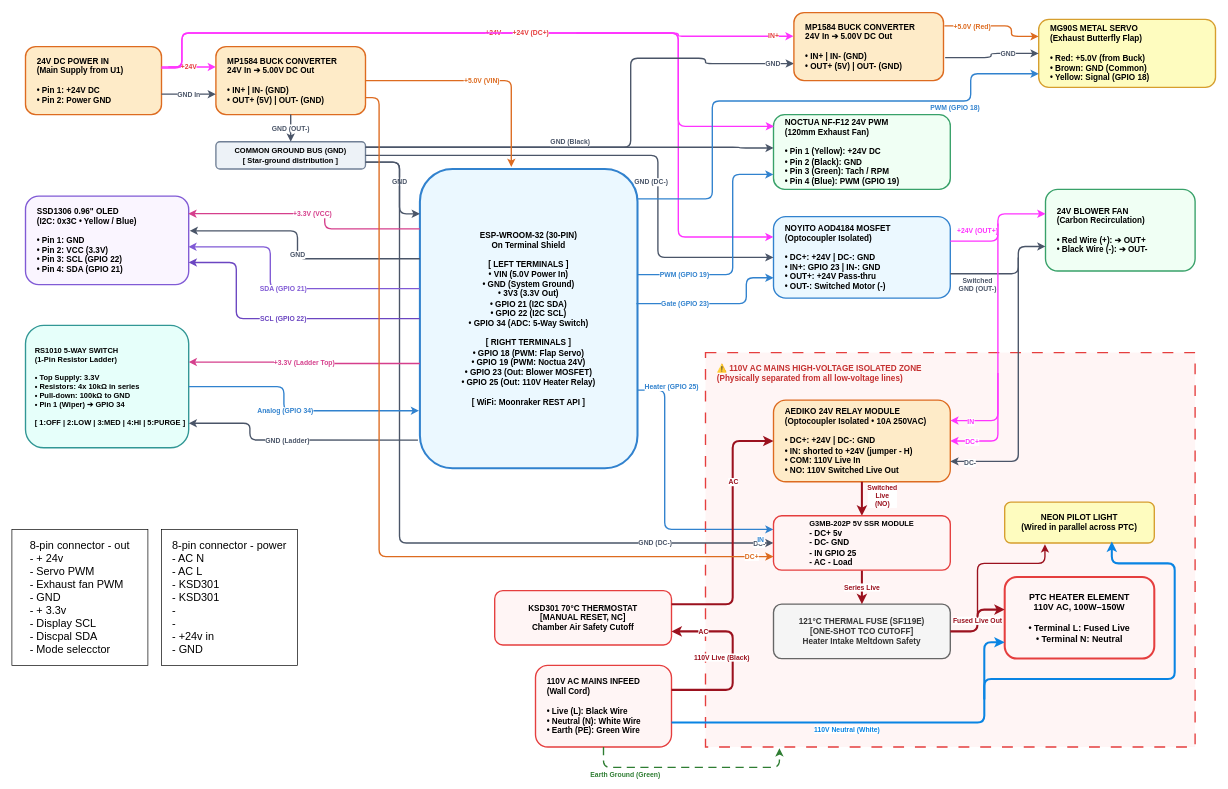
Above: docs/chamber_controller_schematic.drawio in arkhipus/u1-heater (draw.io), before the change. Source tidied: cells renumbered, new cells numbered last; positions are measured from the earlier drawing's top-left corner, leaving out a move shared by most shapes. Both pictures are drawn from the tidied source at 68%, with x=0, y=0 at pixel (12, 12).
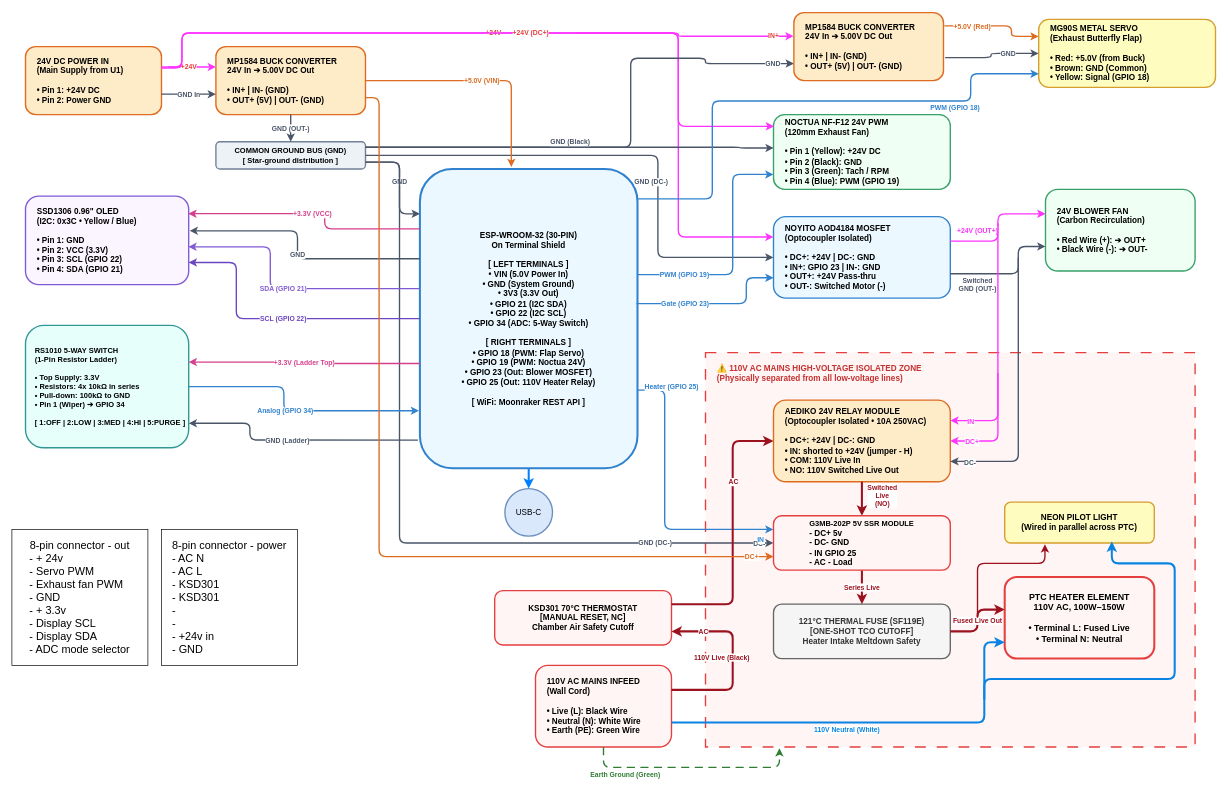
Above is the later version.

Commit message (it also covers changes not shown here):
updated schematic, added diagram in pdf

Unchanged cells that the change refers to:
```xml
<mxCell id="6" value="ESP-WROOM-32 (30-PIN)&lt;br&gt;On Terminal Shield&lt;br&gt;&lt;br&gt;[ LEFT TERMINALS ]&lt;br&gt;• VIN (5.0V Power In)&lt;br&gt;• GND (System Ground)&lt;br&gt;• 3V3 (3.3V Out)&lt;br&gt;• GPIO 21 (I2C SDA)&lt;br&gt;• GPIO 22 (I2C SCL)&lt;br&gt;• GPIO 34 (ADC: 5-Way Switch)&lt;br&gt;&lt;br&gt;[ RIGHT TERMINALS ]&lt;br&gt;• GPIO 18 (PWM: Flap Servo)&lt;br&gt;• GPIO 19 (PWM: Noctua 24V)&lt;br&gt;• GPIO 23 (Out: Blower MOSFET)&lt;br&gt;• GPIO 25 (Out: 110V Heater Relay)&lt;br&gt;&lt;br&gt;[ WiFi: Moonraker REST API ]" style="rounded=1;whiteSpace=wrap;html=1;fillColor=#ebf8ff;strokeColor=#3182ce;strokeWidth=3;fontStyle=1;fontSize=12;align=center;" parent="1" vertex="1">
  <mxGeometry x="600" y="230" width="320" height="440" as="geometry" />
</mxCell>
```

What changed in the source:
```diff
@@
+    <mxCell id="71" style="edgeStyle=orthogonalEdgeStyle;rounded=0;jettySize=auto;html=1;entryX=0.5;entryY=0;entryDx=0;entryDy=0;defaultLabelBackgroundColor=page;strokeWidth=3;strokeColor=#007FFF;" parent="1" edge="1" source="6" target="72">
+      <mxGeometry relative="1" as="geometry" />
+    </mxCell>
@@
-    <mxCell id="70" value="&lt;font style=&quot;text-align: left; font-size: 16px;&quot;&gt;8-pin connector - out&lt;/font&gt;&lt;div style=&quot;text-align: left;&quot;&gt;&lt;span style=&quot;font-size: 16px; background-color: transparent;&quot;&gt;- + 24v&lt;/span&gt;&lt;/div&gt;&lt;div style=&quot;text-align: left;&quot;&gt;&lt;span style=&quot;font-size: 16px;&quot;&gt;- Servo PWM&lt;/span&gt;&lt;span style=&quot;font-size: 16px; background-color: transparent;&quot;&gt;&lt;/span&gt;&lt;/div&gt;&lt;div style=&quot;text-align: left;&quot;&gt;&lt;span style=&quot;background-color: transparent;&quot;&gt;&lt;font style=&quot;font-size: 16px;&quot;&gt;- Exhaust fan PWM&lt;/font&gt;&lt;/span&gt;&lt;/div&gt;&lt;div style=&quot;text-align: left;&quot;&gt;&lt;span style=&quot;font-size: 16px; background-color: transparent;&quot;&gt;- GND&lt;/span&gt;&lt;/div&gt;&lt;div style=&quot;text-align: left;&quot;&gt;&lt;span style=&quot;font-size: 16px;&quot;&gt;- + 3.3v&lt;/span&gt;&lt;/div&gt;&lt;div style=&quot;text-align: left;&quot;&gt;&lt;font style=&quot;font-size: 16px;&quot;&gt;- Display SCL&lt;/font&gt;&lt;/div&gt;&lt;div style=&quot;text-align: left;&quot;&gt;&lt;font style=&quot;font-size: 16px;&quot;&gt;- Discpal SDA&lt;/font&gt;&lt;/div&gt;&lt;div style=&quot;text-align: left;&quot;&gt;&lt;font style=&quot;font-size: 16px;&quot;&gt;- Mode selecctor&lt;/font&gt;&lt;/div&gt;" style="rounded=0;whiteSpace=wrap;html=1;" parent="1" vertex="1">
+    <mxCell id="70" value="&lt;font style=&quot;text-align: left; font-size: 16px;&quot;&gt;8-pin connector - out&lt;/font&gt;&lt;div style=&quot;text-align: left;&quot;&gt;&lt;span style=&quot;font-size: 16px; background-color: transparent;&quot;&gt;- + 24v&lt;/span&gt;&lt;/div&gt;&lt;div style=&quot;text-align: left;&quot;&gt;&lt;span style=&quot;font-size: 16px;&quot;&gt;- Servo PWM&lt;/span&gt;&lt;span style=&quot;font-size: 16px; background-color: transparent;&quot;&gt;&lt;/span&gt;&lt;/div&gt;&lt;div style=&quot;text-align: left;&quot;&gt;&lt;span style=&quot;background-color: transparent;&quot;&gt;&lt;font style=&quot;font-size: 16px;&quot;&gt;- Exhaust fan PWM&lt;/font&gt;&lt;/span&gt;&lt;/div&gt;&lt;div style=&quot;text-align: left;&quot;&gt;&lt;span style=&quot;font-size: 16px; background-color: transparent;&quot;&gt;- GND&lt;/span&gt;&lt;/div&gt;&lt;div style=&quot;text-align: left;&quot;&gt;&lt;span style=&quot;font-size: 16px;&quot;&gt;- + 3.3v&lt;/span&gt;&lt;/div&gt;&lt;div style=&quot;text-align: left;&quot;&gt;&lt;font style=&quot;font-size: 16px;&quot;&gt;- Display SCL&lt;/font&gt;&lt;/div&gt;&lt;div style=&quot;text-align: left;&quot;&gt;&lt;font style=&quot;font-size: 16px;&quot;&gt;- Display SDA&lt;/font&gt;&lt;/div&gt;&lt;div style=&quot;text-align: left;&quot;&gt;&lt;font style=&quot;font-size: 16px;&quot;&gt;- ADC mode selector&lt;/font&gt;&lt;/div&gt;" style="rounded=0;whiteSpace=wrap;html=1;" parent="1" vertex="1">
       <mxGeometry y="760" width="200" height="200" as="geometry" />
     </mxCell>
+    <mxCell id="72" value="USB-C" style="ellipse;whiteSpace=wrap;html=1;shapeInside=1;strokeWidth=2;fillColor=#dae8fc;strokeColor=#6c8ebf;" parent="1" vertex="1">
+      <mxGeometry x="725" y="700" width="70" height="70" as="geometry" />
+    </mxCell>
```
